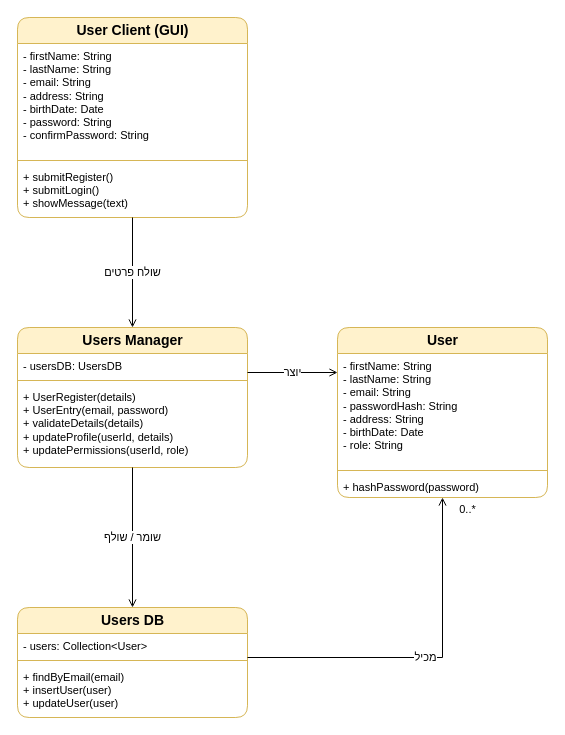
This is diagrams/CLS-UsersManager.drawio from arielkaplan20/project_Golden_Hair_Salon, a draw.io file, before an edit. Source tidied: cells renumbered, new cells numbered last; positions are measured from the earlier drawing's top-left corner, leaving out a move shared by most shapes. Both pictures are drawn from the tidied source at 100%, with x=0, y=0 at pixel (17, 17).
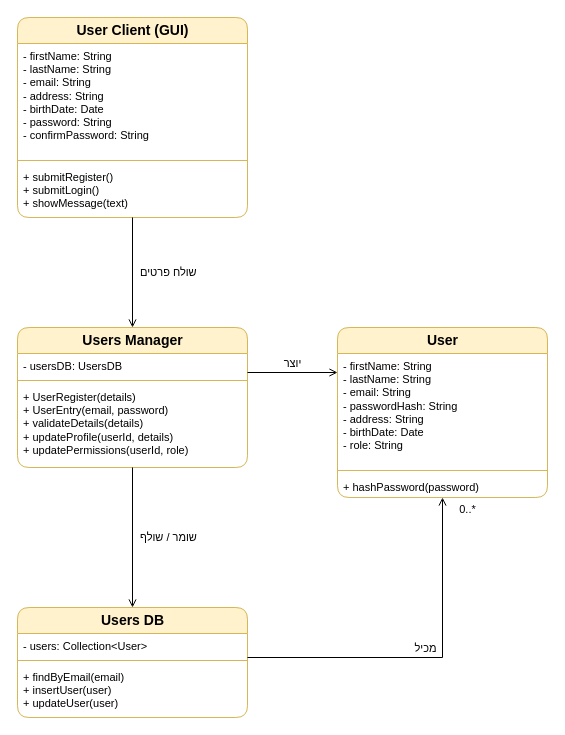
The same diagram, later.

The change refers to these unchanged cells:
```xml
<mxCell id="2" value="User Client (GUI)" style="swimlane;fontStyle=1;align=center;verticalAlign=middle;horizontal=1;startSize=26;rounded=1;html=1;fillColor=#fff2cc;strokeColor=#d6b656;fontSize=14;" parent="1" vertex="1">
  <mxGeometry width="230" height="200" as="geometry" />
</mxCell>
<mxCell id="6" value="Users Manager" style="swimlane;fontStyle=1;align=center;verticalAlign=middle;horizontal=1;startSize=26;rounded=1;html=1;fillColor=#fff2cc;strokeColor=#d6b656;fontSize=14;" parent="1" vertex="1">
  <mxGeometry y="310" width="230" height="140" as="geometry" />
</mxCell>
<mxCell id="10" value="Users DB" style="swimlane;fontStyle=1;align=center;verticalAlign=middle;horizontal=1;startSize=26;rounded=1;html=1;fillColor=#fff2cc;strokeColor=#d6b656;fontSize=14;" parent="1" vertex="1">
  <mxGeometry y="590" width="230" height="110" as="geometry" />
</mxCell>
<mxCell id="14" value="User" style="swimlane;fontStyle=1;align=center;verticalAlign=middle;horizontal=1;startSize=26;rounded=1;html=1;fillColor=#fff2cc;strokeColor=#d6b656;fontSize=14;" parent="1" vertex="1">
  <mxGeometry x="320" y="310" width="210" height="170" as="geometry" />
</mxCell>
```

The edit, as a diff of the source:
```diff
@@
-    <mxCell id="18" value="שולח פרטים" style="endArrow=open;endFill=0;html=1;rounded=0;labelBackgroundColor=#ffffff;exitX=0.5;exitY=1;entryX=0.5;entryY=0;" parent="1" edge="1" source="2" target="6">
+    <mxCell id="18" value="שולח פרטים" style="endArrow=open;endFill=0;html=1;rounded=0;labelBackgroundColor=#ffffff;exitX=0.5;exitY=1;entryX=0.5;entryY=0;align=left;spacingLeft=6;labelBackgroundColor=none;" parent="1" edge="1" source="2" target="6">
       <mxGeometry relative="1" as="geometry" />
     </mxCell>
-    <mxCell id="19" value="שומר / שולף" style="endArrow=open;endFill=0;html=1;rounded=0;labelBackgroundColor=#ffffff;exitX=0.5;exitY=1;entryX=0.5;entryY=0;" parent="1" edge="1" source="6" target="10">
+    <mxCell id="19" value="שומר / שולף" style="endArrow=open;endFill=0;html=1;rounded=0;labelBackgroundColor=#ffffff;exitX=0.5;exitY=1;entryX=0.5;entryY=0;align=left;spacingLeft=6;labelBackgroundColor=none;" parent="1" edge="1" source="6" target="10">
       <mxGeometry relative="1" as="geometry" />
     </mxCell>
-    <mxCell id="20" value="יוצר" style="endArrow=open;endFill=0;html=1;rounded=0;labelBackgroundColor=#ffffff;exitX=1;exitY=0.32142857142857145;entryX=0;entryY=0.2647058823529412;" parent="1" edge="1" source="6" target="14">
+    <mxCell id="20" value="יוצר" style="endArrow=open;endFill=0;html=1;rounded=0;labelBackgroundColor=#ffffff;exitX=1;exitY=0.32142857142857145;entryX=0;entryY=0.2647058823529412;verticalAlign=bottom;labelBackgroundColor=none;" parent="1" edge="1" source="6" target="14">
       <mxGeometry relative="1" as="geometry" />
     </mxCell>
-    <mxCell id="21" value="מכיל" style="endArrow=open;endFill=0;html=1;rounded=0;labelBackgroundColor=#ffffff;exitX=1;exitY=0.45454545454545453;entryX=0.5;entryY=1;" parent="1" edge="1" source="10" target="14">
+    <mxCell id="21" value="מכיל" style="endArrow=open;endFill=0;html=1;rounded=0;labelBackgroundColor=#ffffff;exitX=1;exitY=0.45454545454545453;entryX=0.5;entryY=1;verticalAlign=bottom;labelBackgroundColor=none;" parent="1" edge="1" source="10" target="14">
       <mxGeometry relative="1" as="geometry">
         <Array as="points">
           <mxPoint x="425" y="640" />
         </Array>
       </mxGeometry>
     </mxCell>
```
